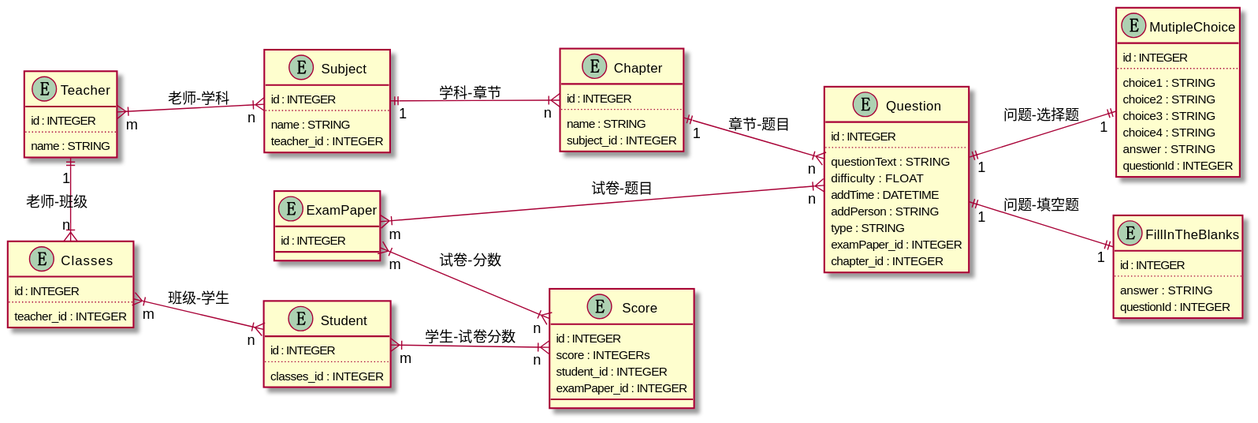
Earlier version of the PlantUML export ER/pic/Models.svg (Chandler-Bang/QR_Class). Source of this version:
```plantuml
@startuml Models
left to right direction
entity Subject{
    id : INTEGER
    ..
    name : STRING
    teacher_id : INTEGER
}


entity Chapter{
    id : INTEGER
    ..
    name : STRING
    subject_id : INTEGER
}


entity ExamPaper{
    id : INTEGER
}


entity Question{
    id : INTEGER
    ..
    questionText : STRING
    difficulty : FLOAT
    addTime : DATETIME
    addPerson : STRING
    type : STRING
    examPaper_id : INTEGER
    chapter_id : INTEGER
}

entity MutipleChoice{
    id : INTEGER
    ..
    choice1 : STRING
    choice2 : STRING
    choice3 : STRING
    choice4 : STRING
    answer : STRING
    questionId : INTEGER
}

entity FillInTheBlanks{
    id : INTEGER
    ..
    answer : STRING
    questionId : INTEGER
}


entity Teacher{
    id : INTEGER
    ..
    name : STRING
}


entity Classes{
    id : INTEGER
    ..
    teacher_id : INTEGER
}


entity Student{
    id : INTEGER
    ..
    classes_id : INTEGER
}


entity Score{
    id : INTEGER
    score : INTEGERs
    student_id : INTEGER
    examPaper_id : INTEGER
}


Teacher "1" ||-|{ "n" Classes: 老师-班级
Classes "m" }|--|{ "n" Student: 班级-学生
Student "m" }|--|{ "n" Score: 学生-试卷分数
Teacher "m" }|--|{ "n" Subject: 老师-学科
Subject "1" ||--|{ "n" Chapter: 学科-章节
Chapter "1" ||--|{ "n" Question: 章节-题目
Question "1" ||--|| "1" MutipleChoice: 问题-选择题
Question "1" ||--|| "1" FillInTheBlanks: 问题-填空题
ExamPaper "m" }|--|{ "n" Question: 试卷-题目
ExamPaper "m" }|--|{ "n" Score: 试卷-分数
@enduml
```
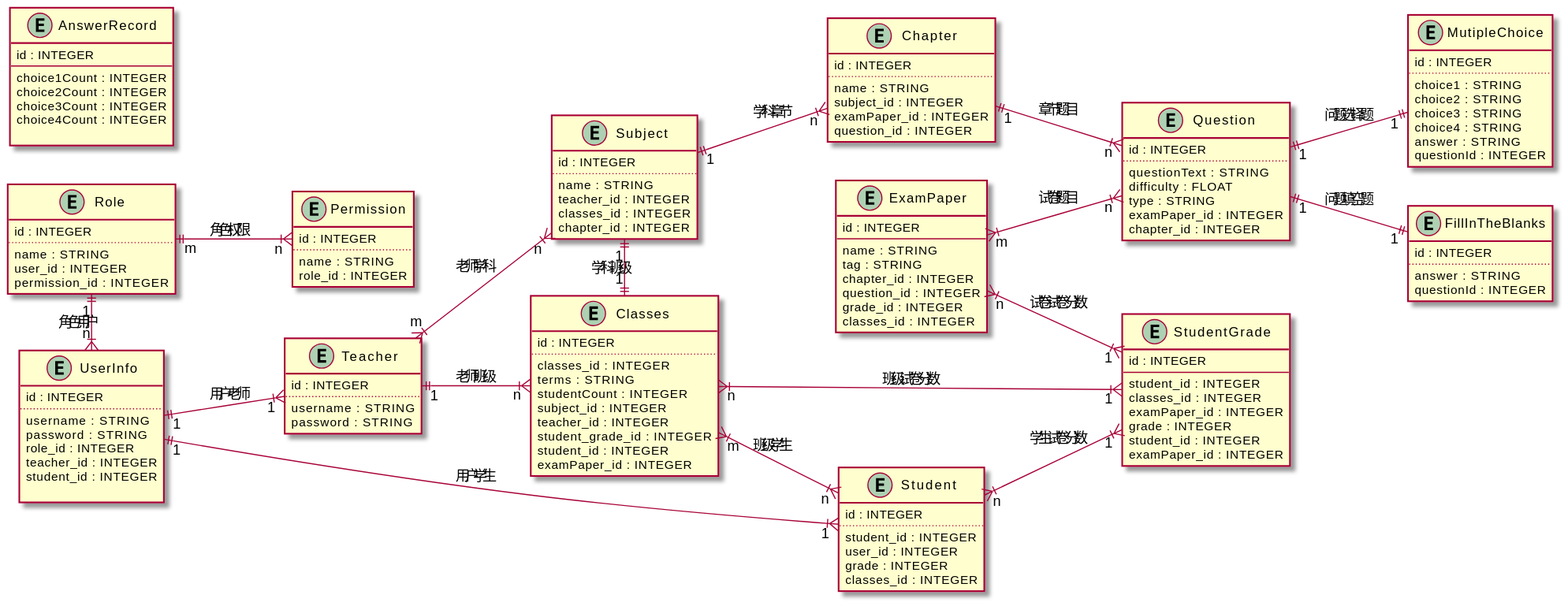
After the change.

What changed in the source:
```diff
@@ -5,6 +5,8 @@
     ..
     name : STRING
     teacher_id : INTEGER
+    classes_id : INTEGER
+    chapter_id : INTEGER
 }
 
 
@@ -13,11 +15,20 @@
     ..
     name : STRING
     subject_id : INTEGER
+    examPaper_id : INTEGER
+    question_id : INTEGER
 }
 
 
 entity ExamPaper{
     id : INTEGER
+    --
+    name : STRING
+    tag : STRING
+    chapter_id : INTEGER
+    question_id : INTEGER
+    grade_id : INTEGER
+    classes_id : INTEGER
 }
 
 
@@ -26,8 +37,6 @@
     ..
     questionText : STRING
     difficulty : FLOAT
-    addTime : DATETIME
-    addPerson : STRING
     type : STRING
     examPaper_id : INTEGER
     chapter_id : INTEGER
@@ -52,43 +61,103 @@
 }
 
 
+entity Role{
+    id : INTEGER
+    ..
+    name : STRING
+    user_id : INTEGER
+    permission_id : INTEGER
+}
+
+
+entity Permission{
+    id : INTEGER
+    ..
+    name : STRING
+    role_id : INTEGER
+}
+
+
+entity UserInfo{
+    id : INTEGER
+    ..
+    username : STRING
+    password : STRING
+    role_id : INTEGER
+    teacher_id : INTEGER
+    student_id : INTEGER
+
+}
+
 entity Teacher{
     id : INTEGER
     ..
-    name : STRING
+    username : STRING
+    password : STRING
 }
 
 
 entity Classes{
     id : INTEGER
     ..
+    classes_id : INTEGER
+    terms : STRING
+    studentCount : INTEGER
+    subject_id : INTEGER
     teacher_id : INTEGER
+    student_grade_id : INTEGER
+    student_id : INTEGER
+    examPaper_id : INTEGER
 }
 
 
 entity Student{
     id : INTEGER
     ..
+    student_id : INTEGER
+    user_id : INTEGER
+    grade : INTEGER
     classes_id : INTEGER
 }
 
 
-entity Score{
+entity StudentGrade{
     id : INTEGER
-    score : INTEGERs
+    --
+    student_id : INTEGER
+    classes_id : INTEGER
+    examPaper_id : INTEGER
+    grade : INTEGER
     student_id : INTEGER
     examPaper_id : INTEGER
 }
 
 
+entity AnswerRecord{
+    id : INTEGER
+    --
+    choice1Count : INTEGER
+    choice2Count : INTEGER
+    choice3Count : INTEGER
+    choice4Count : INTEGER
+
+}
+
+
+Role "m" ||--|{ "n" Permission: 角色-权限
+Role "1" ||-|{ "n" UserInfo: 角色-用户
+UserInfo "1" ||--|{ "1" Teacher: 用户-老师
+UserInfo "1" ||-|{ "1" Student: 用户-学生
 Teacher "1" ||-|{ "n" Classes: 老师-班级
 Classes "m" }|--|{ "n" Student: 班级-学生
-Student "m" }|--|{ "n" Score: 学生-试卷分数
+Student "n" }|--|{ "1" StudentGrade: 学生-试卷分数
+Classes "n" }|--|{ "1" StudentGrade: 班级-试卷分数
+ExamPaper "n" }|--|{ "1" StudentGrade: 试卷-试卷分数
 Teacher "m" }|--|{ "n" Subject: 老师-学科
 Subject "1" ||--|{ "n" Chapter: 学科-章节
+Subject "1" ||-|| "1" Classes: 学科-班级
 Chapter "1" ||--|{ "n" Question: 章节-题目
 Question "1" ||--|| "1" MutipleChoice: 问题-选择题
 Question "1" ||--|| "1" FillInTheBlanks: 问题-填空题
 ExamPaper "m" }|--|{ "n" Question: 试卷-题目
-ExamPaper "m" }|--|{ "n" Score: 试卷-分数
 @enduml
```
